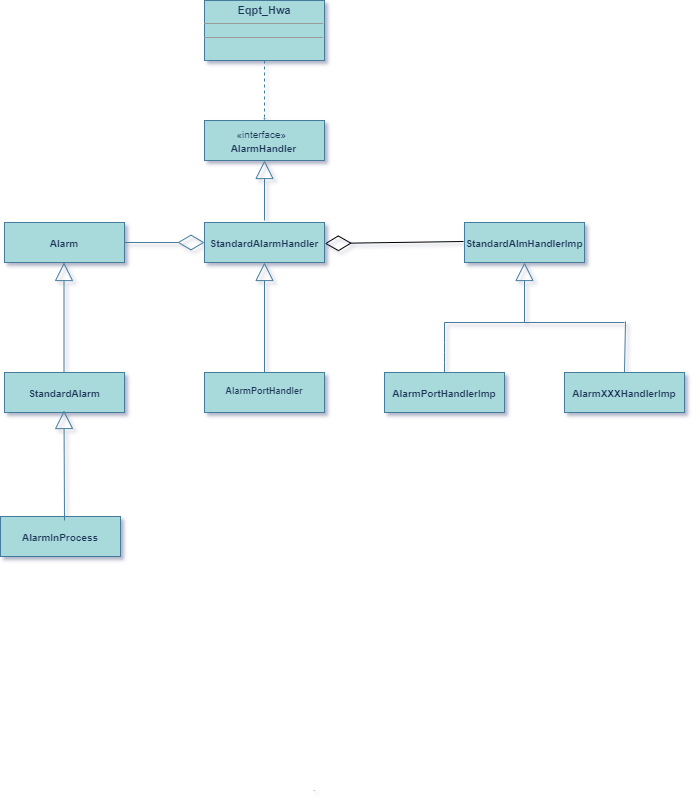
This is UML/AlarmPortHandler.png from Steve888888/FN-Redundancy, a draw.io export, as it was before one commit. Source tidied: cells renumbered, new cells last; positions are measured from the earlier drawing's top-left corner, leaving out a move shared by most shapes.
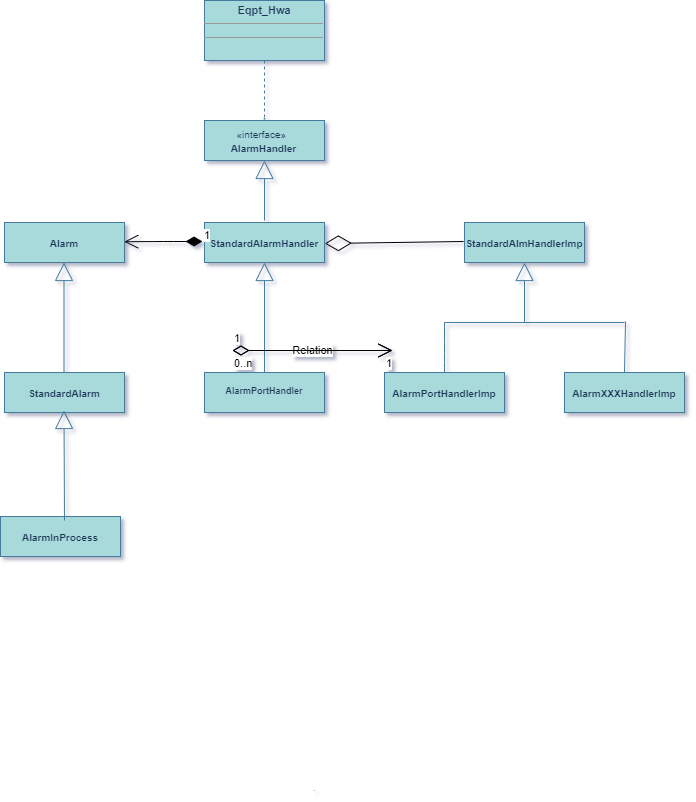
After the commit.

What changed in the source:
```diff
@@ -76,12 +76,6 @@
     <mxCell id="19" value="&lt;p style=&quot;margin: 4px 0px 0px ; text-align: center ; font-size: 10px&quot;&gt;&lt;br&gt;&lt;b&gt;StandardAlarm&lt;/b&gt;&lt;/p&gt;" style="verticalAlign=top;align=left;overflow=fill;fontSize=12;fontFamily=Helvetica;html=1;fillColor=#A8DADC;strokeColor=#457B9D;fontColor=#1D3557;" parent="1" vertex="1">
       <mxGeometry x="4" y="372" width="120" height="40" as="geometry" />
     </mxCell>
-    <mxCell id="20" style="endArrow=diamondThin;endFill=0;endSize=24;html=1;strokeColor=#457B9D;fillColor=#A8DADC;fontColor=#1D3557;labelBackgroundColor=#F1FAEE;" parent="1" edge="1">
-      <mxGeometry relative="1" as="geometry">
-        <mxPoint x="124" y="242" as="sourcePoint" />
-        <mxPoint x="204" y="242" as="targetPoint" />
-      </mxGeometry>
-    </mxCell>
     <mxCell id="21" value="&lt;p style=&quot;margin: 4px 0px 0px ; text-align: center ; font-size: 10px&quot;&gt;&lt;br&gt;&lt;b&gt;Alarm&lt;/b&gt;&lt;/p&gt;" style="verticalAlign=top;align=left;overflow=fill;fontSize=12;fontFamily=Helvetica;html=1;fillColor=#A8DADC;strokeColor=#457B9D;fontColor=#1D3557;" parent="1" vertex="1">
       <mxGeometry x="4" y="222" width="120" height="40" as="geometry" />
     </mxCell>
@@ -111,5 +105,28 @@
     <mxCell id="27" style="endArrow=diamondThin;endFill=0;endSize=24;html=1;entryX=1.003;entryY=0.525;entryDx=0;entryDy=0;entryPerimeter=0;exitX=-0.008;exitY=0.475;exitDx=0;exitDy=0;exitPerimeter=0;" parent="1" edge="1" source="3" target="25">
       <mxGeometry relative="1" as="geometry" />
     </mxCell>
+    <mxCell id="28" value="Relation" style="endArrow=open;html=1;endSize=12;startArrow=diamondThin;startSize=14;startFill=0;edgeStyle=orthogonalEdgeStyle;" parent="1" edge="1">
+      <mxGeometry relative="1" as="geometry">
+        <mxPoint x="232" y="350" as="sourcePoint" />
+        <mxPoint x="392" y="350" as="targetPoint" />
+      </mxGeometry>
+    </mxCell>
+    <mxCell id="29" value="0..n" style="edgeLabel;html=1;align=left;verticalAlign=top;" parent="28" vertex="1">
+      <mxGeometry x="-1" relative="1" as="geometry" />
+    </mxCell>
+    <mxCell id="30" value="1" style="edgeLabel;html=1;align=right;verticalAlign=top;" parent="28" vertex="1">
+      <mxGeometry x="1" relative="1" as="geometry" />
+    </mxCell>
+    <mxCell id="31" value="1" style="endArrow=open;html=1;endSize=12;startArrow=diamondThin;startSize=14;startFill=0;edgeStyle=orthogonalEdgeStyle;align=left;verticalAlign=bottom;" parent="1" edge="1">
+      <mxGeometry x="-1" y="3" relative="1" as="geometry">
+        <mxPoint x="232" y="350" as="sourcePoint" />
+        <mxPoint x="392" y="350" as="targetPoint" />
+      </mxGeometry>
+    </mxCell>
+    <mxCell id="32" value="1" style="endArrow=open;html=1;endSize=12;startArrow=diamondThin;startSize=14;startFill=1;edgeStyle=orthogonalEdgeStyle;align=left;verticalAlign=bottom;entryX=0.998;entryY=0.481;entryDx=0;entryDy=0;entryPerimeter=0;" parent="1" edge="1" target="21">
+      <mxGeometry x="-1" y="3" relative="1" as="geometry">
+        <mxPoint x="202" y="241" as="sourcePoint" />
+      </mxGeometry>
+    </mxCell>
   </root>
 </mxGraphModel>
```
